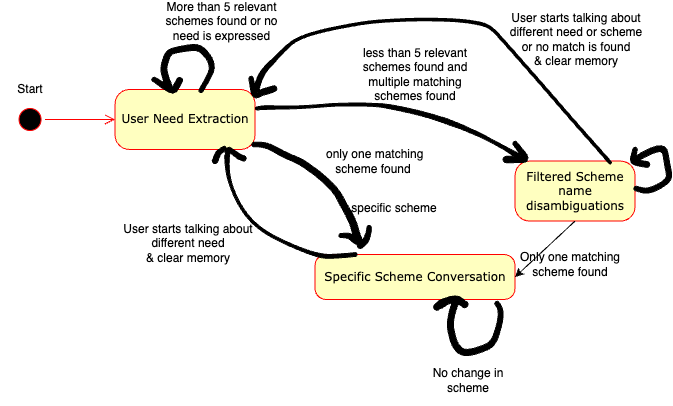
This is images/state_diagram.png from OpenNyAI/schemes_chatbot_deprecated, a draw.io export, as it was before one commit. Source tidied: cells renumbered, new cells last; positions are measured from the earlier drawing's top-left corner, leaving out a move shared by most shapes. The source it was exported from:
```xml
<mxGraphModel>
  <root>
    <mxCell id="0" />
    <mxCell id="1" parent="0" />
    <mxCell id="2" style="ellipse;html=1;shape=startState;fillColor=#000000;strokeColor=#ff0000;rounded=1;shadow=0;comic=0;labelBackgroundColor=none;fontFamily=Verdana;fontSize=12;fontColor=#000000;align=center;direction=south;" parent="1" vertex="1">
      <mxGeometry x="14.5" y="95" width="30" height="30" as="geometry" />
    </mxCell>
    <mxCell id="3" value="User Need Extraction" style="rounded=1;whiteSpace=wrap;html=1;arcSize=24;fillColor=#ffffc0;strokeColor=#ff0000;shadow=0;comic=0;labelBackgroundColor=none;fontFamily=Verdana;fontSize=12;fontColor=#000000;align=center;" parent="1" vertex="1">
      <mxGeometry x="114.6" y="80" width="140" height="60" as="geometry" />
    </mxCell>
    <mxCell id="4" value="Specific Scheme Conversation" style="rounded=1;whiteSpace=wrap;html=1;arcSize=24;fillColor=#ffffc0;strokeColor=#ff0000;shadow=0;comic=0;labelBackgroundColor=none;fontFamily=Verdana;fontSize=12;fontColor=#000000;align=center;" parent="1" vertex="1">
      <mxGeometry x="314.6" y="245" width="200" height="45" as="geometry" />
    </mxCell>
    <mxCell id="5" style="edgeStyle=orthogonalEdgeStyle;html=1;labelBackgroundColor=none;endArrow=open;endSize=8;strokeColor=#ff0000;fontFamily=Verdana;fontSize=12;align=left;" parent="1" edge="1" source="2" target="3">
      <mxGeometry relative="1" as="geometry" />
    </mxCell>
    <mxCell id="6" style="shape=(stored shape, 1364 characters);lineShape=1;" parent="1" vertex="1">
      <mxGeometry x="160.4" y="35.1" width="53.3" height="48" as="geometry" />
    </mxCell>
    <mxCell id="7" style="shape=(stored shape, 840 characters);lineShape=1;" parent="1" vertex="1">
      <mxGeometry x="151.4" y="67.8" width="30.7" height="15.8" as="geometry" />
    </mxCell>
    <mxCell id="8" value="More than 5 relevant schemes found or no need is expressed" style="text;html=1;strokeColor=none;fillColor=none;align=center;verticalAlign=middle;whiteSpace=wrap;rounded=0;" parent="1" vertex="1">
      <mxGeometry x="160.4" width="123.2" height="24.9" as="geometry" />
    </mxCell>
    <mxCell id="9" style="shape=(stored shape, 1872 characters);lineShape=1;" parent="1" vertex="1">
      <mxGeometry x="433.1" y="286.5" width="69.4" height="59.5" as="geometry" />
    </mxCell>
    <mxCell id="10" value="No change in scheme" style="text;html=1;strokeColor=none;fillColor=none;align=center;verticalAlign=middle;whiteSpace=wrap;rounded=0;" parent="1" vertex="1">
      <mxGeometry x="417.9" y="346" width="100" height="50" as="geometry" />
    </mxCell>
    <mxCell id="11" value="Start" style="text;html=1;strokeColor=none;fillColor=none;align=center;verticalAlign=middle;whiteSpace=wrap;rounded=0;" parent="1" vertex="1">
      <mxGeometry x="-0.4" y="65" width="60" height="30" as="geometry" />
    </mxCell>
    <mxCell id="12" style="shape=(stored shape, 1288 characters);lineShape=1;" parent="1" vertex="1">
      <mxGeometry x="224.3" y="139.3" width="132.2" height="109.5" as="geometry" />
    </mxCell>
    <mxCell id="13" style="shape=(stored shape, 756 characters);lineShape=1;" parent="1" vertex="1">
      <mxGeometry x="211.9" y="136.8" width="13.9" height="17.3" as="geometry" />
    </mxCell>
    <mxCell id="14" style="shape=(stored shape, 732 characters);lineShape=1;" parent="1" vertex="1">
      <mxGeometry x="226.4" y="137.8" width="19.3" height="13.8" as="geometry" />
    </mxCell>
    <mxCell id="15" value="User starts talking about different need&lt;br&gt;&amp;amp; clear memory" style="text;html=1;strokeColor=none;fillColor=none;align=center;verticalAlign=middle;whiteSpace=wrap;rounded=0;" parent="1" vertex="1">
      <mxGeometry x="114.6" y="218.8" width="145.9" height="30" as="geometry" />
    </mxCell>
    <mxCell id="16" value="Filtered Scheme name disambiguations" style="rounded=1;whiteSpace=wrap;html=1;arcSize=24;fillColor=#ffffc0;strokeColor=#ff0000;shadow=0;comic=0;labelBackgroundColor=none;fontFamily=Verdana;fontSize=12;fontColor=#000000;align=center;" parent="1" vertex="1">
      <mxGeometry x="514.5" y="151.6" width="120" height="60" as="geometry" />
    </mxCell>
    <mxCell id="17" style="endArrow=classic;html=1;rounded=0;exitX=0.5;exitY=1;exitDx=0;exitDy=0;entryX=1;entryY=0.5;entryDx=0;entryDy=0;" parent="1" edge="1" source="16" target="4">
      <mxGeometry relative="1" as="geometry" />
    </mxCell>
    <mxCell id="18" value="&amp;nbsp;only one matching scheme found" style="text;html=1;strokeColor=none;fillColor=none;align=center;verticalAlign=middle;whiteSpace=wrap;rounded=0;" parent="1" vertex="1">
      <mxGeometry x="306.5" y="136.8" width="133.7" height="30" as="geometry" />
    </mxCell>
    <mxCell id="19" value="Only one matching scheme found" style="text;html=1;strokeColor=none;fillColor=none;align=center;verticalAlign=middle;whiteSpace=wrap;rounded=0;" parent="1" vertex="1">
      <mxGeometry x="514.5" y="240" width="110" height="30" as="geometry" />
    </mxCell>
    <mxCell id="20" style="shape=(stored shape, 1212 characters);lineShape=1;" parent="1" vertex="1">
      <mxGeometry x="630.6" y="136.3" width="40.5" height="47.3" as="geometry" />
    </mxCell>
    <mxCell id="21" style="shape=(stored shape, 788 characters);lineShape=1;" parent="1" vertex="1">
      <mxGeometry x="630" y="137.9" width="19.3" height="19.9" as="geometry" />
    </mxCell>
    <mxCell id="22" style="shape=(stored shape, 1572 characters);lineShape=1;" parent="1" vertex="1">
      <mxGeometry x="251.3" y="132.7" width="109.6" height="99.5" as="geometry" />
    </mxCell>
    <mxCell id="23" style="shape=(stored shape, 744 characters);lineShape=1;" parent="1" vertex="1">
      <mxGeometry x="338.5" y="223.6" width="20.7" height="11.2" as="geometry" />
    </mxCell>
    <mxCell id="24" style="shape=(stored shape, 764 characters);lineShape=1;" parent="1" vertex="1">
      <mxGeometry x="356.8" y="215.9" width="13.9" height="23.1" as="geometry" />
    </mxCell>
    <mxCell id="25" value="User starts talking about different need or scheme or no match is found&lt;br&gt;&amp;amp; clear memory" style="text;html=1;strokeColor=none;fillColor=none;align=center;verticalAlign=middle;whiteSpace=wrap;rounded=0;" parent="1" vertex="1">
      <mxGeometry x="503.4" y="15.1" width="145.9" height="30" as="geometry" />
    </mxCell>
    <mxCell id="26" style="shape=(stored shape, 1940 characters);lineShape=1;" parent="1" vertex="1">
      <mxGeometry x="255" y="93.5" width="268.2" height="58.4" as="geometry" />
    </mxCell>
    <mxCell id="27" style="shape=(stored shape, 852 characters);lineShape=1;" parent="1" vertex="1">
      <mxGeometry x="502.6" y="131.8" width="24.8" height="21.4" as="geometry" />
    </mxCell>
    <mxCell id="28" value="specific scheme" style="text;html=1;strokeColor=none;fillColor=none;align=center;verticalAlign=middle;whiteSpace=wrap;rounded=0;" parent="1" vertex="1">
      <mxGeometry x="338.5" y="183.6" width="110" height="30" as="geometry" />
    </mxCell>
    <mxCell id="29" value="less than 5 relevant schemes found and multiple matching schemes found" style="text;html=1;strokeColor=none;fillColor=none;align=center;verticalAlign=middle;whiteSpace=wrap;rounded=0;" parent="1" vertex="1">
      <mxGeometry x="347.7" y="50" width="133.7" height="30" as="geometry" />
    </mxCell>
    <mxCell id="30" style="shape=(stored shape, 1712 characters);lineShape=1;" parent="1" vertex="1">
      <mxGeometry x="251" y="8.8" width="359.9" height="145.6" as="geometry" />
    </mxCell>
    <mxCell id="31" style="shape=(stored shape, 876 characters);lineShape=1;" parent="1" vertex="1">
      <mxGeometry x="248.3" y="66.8" width="28" height="21.6" as="geometry" />
    </mxCell>
  </root>
</mxGraphModel>
```
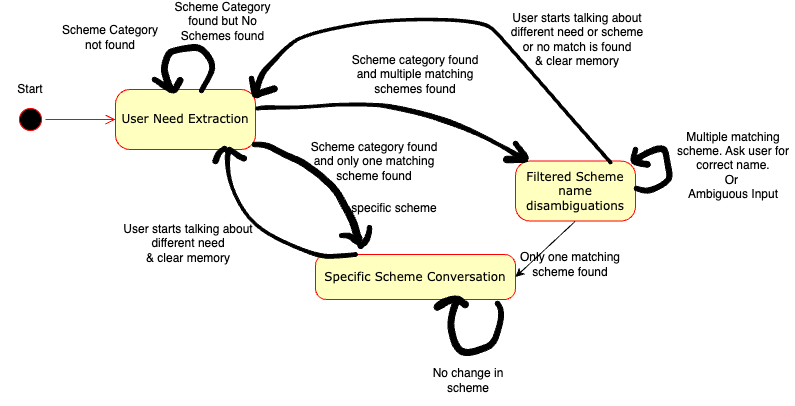
Later version of the same file.

Commit message:
updated state diagram

The edit, as a diff of the source:
```diff
@@ -3,94 +3,100 @@
     <mxCell id="0" />
     <mxCell id="1" parent="0" />
     <mxCell id="2" style="ellipse;html=1;shape=startState;fillColor=#000000;strokeColor=#ff0000;rounded=1;shadow=0;comic=0;labelBackgroundColor=none;fontFamily=Verdana;fontSize=12;fontColor=#000000;align=center;direction=south;" parent="1" vertex="1">
-      <mxGeometry x="14.5" y="95" width="30" height="30" as="geometry" />
+      <mxGeometry x="22" y="-495" width="30" height="30" as="geometry" />
     </mxCell>
     <mxCell id="3" value="User Need Extraction" style="rounded=1;whiteSpace=wrap;html=1;arcSize=24;fillColor=#ffffc0;strokeColor=#ff0000;shadow=0;comic=0;labelBackgroundColor=none;fontFamily=Verdana;fontSize=12;fontColor=#000000;align=center;" parent="1" vertex="1">
-      <mxGeometry x="114.6" y="80" width="140" height="60" as="geometry" />
+      <mxGeometry x="122" y="-510" width="140" height="60" as="geometry" />
     </mxCell>
     <mxCell id="4" value="Specific Scheme Conversation" style="rounded=1;whiteSpace=wrap;html=1;arcSize=24;fillColor=#ffffc0;strokeColor=#ff0000;shadow=0;comic=0;labelBackgroundColor=none;fontFamily=Verdana;fontSize=12;fontColor=#000000;align=center;" parent="1" vertex="1">
-      <mxGeometry x="314.6" y="245" width="200" height="45" as="geometry" />
+      <mxGeometry x="322" y="-345" width="200" height="45" as="geometry" />
     </mxCell>
     <mxCell id="5" style="edgeStyle=orthogonalEdgeStyle;html=1;labelBackgroundColor=none;endArrow=open;endSize=8;strokeColor=#ff0000;fontFamily=Verdana;fontSize=12;align=left;" parent="1" edge="1" source="2" target="3">
       <mxGeometry relative="1" as="geometry" />
     </mxCell>
     <mxCell id="6" style="shape=(stored shape, 1364 characters);lineShape=1;" parent="1" vertex="1">
-      <mxGeometry x="160.4" y="35.1" width="53.3" height="48" as="geometry" />
+      <mxGeometry x="167.8" y="-554.9" width="53.3" height="48" as="geometry" />
     </mxCell>
     <mxCell id="7" style="shape=(stored shape, 840 characters);lineShape=1;" parent="1" vertex="1">
-      <mxGeometry x="151.4" y="67.8" width="30.7" height="15.8" as="geometry" />
+      <mxGeometry x="158.8" y="-522.2" width="30.7" height="15.8" as="geometry" />
     </mxCell>
-    <mxCell id="8" value="More than 5 relevant schemes found or no need is expressed" style="text;html=1;strokeColor=none;fillColor=none;align=center;verticalAlign=middle;whiteSpace=wrap;rounded=0;" parent="1" vertex="1">
-      <mxGeometry x="160.4" width="123.2" height="24.9" as="geometry" />
+    <mxCell id="8" value="Scheme Category not found" style="text;html=1;strokeColor=none;fillColor=none;align=center;verticalAlign=middle;whiteSpace=wrap;rounded=0;" parent="1" vertex="1">
+      <mxGeometry x="67" y="-574.9" width="100" height="24.9" as="geometry" />
     </mxCell>
-    <mxCell id="9" style="shape=(stored shape, 1872 characters);lineShape=1;" parent="1" vertex="1">
-      <mxGeometry x="433.1" y="286.5" width="69.4" height="59.5" as="geometry" />
+    <mxCell id="9" value="Scheme Category &lt;br&gt;found but No Schemes found" style="text;html=1;strokeColor=none;fillColor=none;align=center;verticalAlign=middle;whiteSpace=wrap;rounded=0;" parent="1" vertex="1">
+      <mxGeometry x="167.9" y="-590" width="123.2" height="24.9" as="geometry" />
     </mxCell>
-    <mxCell id="10" value="No change in scheme" style="text;html=1;strokeColor=none;fillColor=none;align=center;verticalAlign=middle;whiteSpace=wrap;rounded=0;" parent="1" vertex="1">
-      <mxGeometry x="417.9" y="346" width="100" height="50" as="geometry" />
+    <mxCell id="10" style="shape=(stored shape, 1872 characters);lineShape=1;" parent="1" vertex="1">
+      <mxGeometry x="440.6" y="-303.5" width="69.4" height="59.5" as="geometry" />
     </mxCell>
-    <mxCell id="11" value="Start" style="text;html=1;strokeColor=none;fillColor=none;align=center;verticalAlign=middle;whiteSpace=wrap;rounded=0;" parent="1" vertex="1">
-      <mxGeometry x="-0.4" y="65" width="60" height="30" as="geometry" />
+    <mxCell id="11" value="No change in scheme" style="text;html=1;strokeColor=none;fillColor=none;align=center;verticalAlign=middle;whiteSpace=wrap;rounded=0;" parent="1" vertex="1">
+      <mxGeometry x="425.3" y="-244" width="100" height="50" as="geometry" />
     </mxCell>
-    <mxCell id="12" style="shape=(stored shape, 1288 characters);lineShape=1;" parent="1" vertex="1">
-      <mxGeometry x="224.3" y="139.3" width="132.2" height="109.5" as="geometry" />
+    <mxCell id="12" value="Start" style="text;html=1;strokeColor=none;fillColor=none;align=center;verticalAlign=middle;whiteSpace=wrap;rounded=0;" parent="1" vertex="1">
+      <mxGeometry x="7" y="-525" width="60" height="30" as="geometry" />
     </mxCell>
-    <mxCell id="13" style="shape=(stored shape, 756 characters);lineShape=1;" parent="1" vertex="1">
-      <mxGeometry x="211.9" y="136.8" width="13.9" height="17.3" as="geometry" />
+    <mxCell id="13" style="shape=(stored shape, 1288 characters);lineShape=1;" parent="1" vertex="1">
+      <mxGeometry x="231.7" y="-450.7" width="132.2" height="109.5" as="geometry" />
     </mxCell>
-    <mxCell id="14" style="shape=(stored shape, 732 characters);lineShape=1;" parent="1" vertex="1">
-      <mxGeometry x="226.4" y="137.8" width="19.3" height="13.8" as="geometry" />
+    <mxCell id="14" style="shape=(stored shape, 756 characters);lineShape=1;" parent="1" vertex="1">
+      <mxGeometry x="219.3" y="-453.2" width="13.9" height="17.3" as="geometry" />
     </mxCell>
-    <mxCell id="15" value="User starts talking about different need&lt;br&gt;&amp;amp; clear memory" style="text;html=1;strokeColor=none;fillColor=none;align=center;verticalAlign=middle;whiteSpace=wrap;rounded=0;" parent="1" vertex="1">
-      <mxGeometry x="114.6" y="218.8" width="145.9" height="30" as="geometry" />
+    <mxCell id="15" style="shape=(stored shape, 732 characters);lineShape=1;" parent="1" vertex="1">
+      <mxGeometry x="233.8" y="-452.2" width="19.3" height="13.8" as="geometry" />
     </mxCell>
-    <mxCell id="16" value="Filtered Scheme name disambiguations" style="rounded=1;whiteSpace=wrap;html=1;arcSize=24;fillColor=#ffffc0;strokeColor=#ff0000;shadow=0;comic=0;labelBackgroundColor=none;fontFamily=Verdana;fontSize=12;fontColor=#000000;align=center;" parent="1" vertex="1">
-      <mxGeometry x="514.5" y="151.6" width="120" height="60" as="geometry" />
+    <mxCell id="16" value="User starts talking about different need&lt;br&gt;&amp;amp; clear memory" style="text;html=1;strokeColor=none;fillColor=none;align=center;verticalAlign=middle;whiteSpace=wrap;rounded=0;" parent="1" vertex="1">
+      <mxGeometry x="122" y="-371.2" width="145.9" height="30" as="geometry" />
     </mxCell>
-    <mxCell id="17" style="endArrow=classic;html=1;rounded=0;exitX=0.5;exitY=1;exitDx=0;exitDy=0;entryX=1;entryY=0.5;entryDx=0;entryDy=0;" parent="1" edge="1" source="16" target="4">
-      <mxGeometry relative="1" as="geometry" />
+    <mxCell id="17" value="Filtered Scheme name disambiguations" style="rounded=1;whiteSpace=wrap;html=1;arcSize=24;fillColor=#ffffc0;strokeColor=#ff0000;shadow=0;comic=0;labelBackgroundColor=none;fontFamily=Verdana;fontSize=12;fontColor=#000000;align=center;" parent="1" vertex="1">
+      <mxGeometry x="522" y="-438.4" width="120" height="60" as="geometry" />
     </mxCell>
-    <mxCell id="18" value="&amp;nbsp;only one matching scheme found" style="text;html=1;strokeColor=none;fillColor=none;align=center;verticalAlign=middle;whiteSpace=wrap;rounded=0;" parent="1" vertex="1">
-      <mxGeometry x="306.5" y="136.8" width="133.7" height="30" as="geometry" />
+    <mxCell id="18" style="endArrow=classic;html=1;rounded=0;exitX=0.5;exitY=1;exitDx=0;exitDy=0;entryX=1;entryY=0.5;entryDx=0;entryDy=0;" parent="1" edge="1" source="17" target="4">
+      <mxGeometry relative="1" as="geometry" />
     </mxCell>
-    <mxCell id="19" value="Only one matching scheme found" style="text;html=1;strokeColor=none;fillColor=none;align=center;verticalAlign=middle;whiteSpace=wrap;rounded=0;" parent="1" vertex="1">
-      <mxGeometry x="514.5" y="240" width="110" height="30" as="geometry" />
+    <mxCell id="19" value="Scheme category found and only one matching scheme found" style="text;html=1;strokeColor=none;fillColor=none;align=center;verticalAlign=middle;whiteSpace=wrap;rounded=0;" parent="1" vertex="1">
+      <mxGeometry x="313.9" y="-453.2" width="133.7" height="30" as="geometry" />
     </mxCell>
-    <mxCell id="20" style="shape=(stored shape, 1212 characters);lineShape=1;" parent="1" vertex="1">
-      <mxGeometry x="630.6" y="136.3" width="40.5" height="47.3" as="geometry" />
+    <mxCell id="20" value="Only one matching scheme found" style="text;html=1;strokeColor=none;fillColor=none;align=center;verticalAlign=middle;whiteSpace=wrap;rounded=0;" parent="1" vertex="1">
+      <mxGeometry x="522" y="-350" width="110" height="30" as="geometry" />
     </mxCell>
-    <mxCell id="21" style="shape=(stored shape, 788 characters);lineShape=1;" parent="1" vertex="1">
-      <mxGeometry x="630" y="137.9" width="19.3" height="19.9" as="geometry" />
+    <mxCell id="21" style="shape=(stored shape, 1212 characters);lineShape=1;" parent="1" vertex="1">
+      <mxGeometry x="638.1" y="-453.7" width="40.5" height="47.3" as="geometry" />
     </mxCell>
-    <mxCell id="22" style="shape=(stored shape, 1572 characters);lineShape=1;" parent="1" vertex="1">
-      <mxGeometry x="251.3" y="132.7" width="109.6" height="99.5" as="geometry" />
+    <mxCell id="22" style="shape=(stored shape, 788 characters);lineShape=1;" parent="1" vertex="1">
+      <mxGeometry x="637.4" y="-452.1" width="19.3" height="19.9" as="geometry" />
     </mxCell>
-    <mxCell id="23" style="shape=(stored shape, 744 characters);lineShape=1;" parent="1" vertex="1">
-      <mxGeometry x="338.5" y="223.6" width="20.7" height="11.2" as="geometry" />
+    <mxCell id="23" value="Multiple matching scheme. Ask user for correct name.&lt;br&gt;Or&amp;nbsp;&lt;br style=&quot;border-color: var(--border-color);&quot;&gt;Ambiguous Input" style="text;html=1;strokeColor=none;fillColor=none;align=center;verticalAlign=middle;whiteSpace=wrap;rounded=0;" parent="1" vertex="1">
+      <mxGeometry x="678.6" y="-457.2" width="122.4" height="47.2" as="geometry" />
     </mxCell>
-    <mxCell id="24" style="shape=(stored shape, 764 characters);lineShape=1;" parent="1" vertex="1">
-      <mxGeometry x="356.8" y="215.9" width="13.9" height="23.1" as="geometry" />
+    <mxCell id="24" style="shape=(stored shape, 1572 characters);lineShape=1;" parent="1" vertex="1">
+      <mxGeometry x="258.8" y="-457.3" width="109.6" height="99.5" as="geometry" />
     </mxCell>
-    <mxCell id="25" value="User starts talking about different need or scheme or no match is found&lt;br&gt;&amp;amp; clear memory" style="text;html=1;strokeColor=none;fillColor=none;align=center;verticalAlign=middle;whiteSpace=wrap;rounded=0;" parent="1" vertex="1">
-      <mxGeometry x="503.4" y="15.1" width="145.9" height="30" as="geometry" />
+    <mxCell id="25" style="shape=(stored shape, 744 characters);lineShape=1;" parent="1" vertex="1">
+      <mxGeometry x="346" y="-366.4" width="20.7" height="11.2" as="geometry" />
     </mxCell>
-    <mxCell id="26" style="shape=(stored shape, 1940 characters);lineShape=1;" parent="1" vertex="1">
-      <mxGeometry x="255" y="93.5" width="268.2" height="58.4" as="geometry" />
+    <mxCell id="26" style="shape=(stored shape, 764 characters);lineShape=1;" parent="1" vertex="1">
+      <mxGeometry x="364.3" y="-374.1" width="13.9" height="23.1" as="geometry" />
     </mxCell>
-    <mxCell id="27" style="shape=(stored shape, 852 characters);lineShape=1;" parent="1" vertex="1">
-      <mxGeometry x="502.6" y="131.8" width="24.8" height="21.4" as="geometry" />
+    <mxCell id="27" value="User starts talking about different need or scheme or no match is found&lt;br&gt;&amp;amp; clear memory" style="text;html=1;strokeColor=none;fillColor=none;align=center;verticalAlign=middle;whiteSpace=wrap;rounded=0;" parent="1" vertex="1">
+      <mxGeometry x="510.8" y="-574.9" width="145.9" height="30" as="geometry" />
     </mxCell>
-    <mxCell id="28" value="specific scheme" style="text;html=1;strokeColor=none;fillColor=none;align=center;verticalAlign=middle;whiteSpace=wrap;rounded=0;" parent="1" vertex="1">
-      <mxGeometry x="338.5" y="183.6" width="110" height="30" as="geometry" />
+    <mxCell id="28" style="shape=(stored shape, 1940 characters);lineShape=1;" parent="1" vertex="1">
+      <mxGeometry x="262.4" y="-496.5" width="268.2" height="58.4" as="geometry" />
     </mxCell>
-    <mxCell id="29" value="less than 5 relevant schemes found and multiple matching schemes found" style="text;html=1;strokeColor=none;fillColor=none;align=center;verticalAlign=middle;whiteSpace=wrap;rounded=0;" parent="1" vertex="1">
-      <mxGeometry x="347.7" y="50" width="133.7" height="30" as="geometry" />
+    <mxCell id="29" style="shape=(stored shape, 852 characters);lineShape=1;" parent="1" vertex="1">
+      <mxGeometry x="510" y="-458.2" width="24.8" height="21.4" as="geometry" />
     </mxCell>
-    <mxCell id="30" style="shape=(stored shape, 1712 characters);lineShape=1;" parent="1" vertex="1">
-      <mxGeometry x="251" y="8.8" width="359.9" height="145.6" as="geometry" />
+    <mxCell id="30" value="specific scheme" style="text;html=1;strokeColor=none;fillColor=none;align=center;verticalAlign=middle;whiteSpace=wrap;rounded=0;" parent="1" vertex="1">
+      <mxGeometry x="346" y="-406.4" width="110" height="30" as="geometry" />
     </mxCell>
-    <mxCell id="31" style="shape=(stored shape, 876 characters);lineShape=1;" parent="1" vertex="1">
-      <mxGeometry x="248.3" y="66.8" width="28" height="21.6" as="geometry" />
+    <mxCell id="31" value="Scheme category found and multiple matching schemes found" style="text;html=1;strokeColor=none;fillColor=none;align=center;verticalAlign=middle;whiteSpace=wrap;rounded=0;" parent="1" vertex="1">
+      <mxGeometry x="355.2" y="-540" width="133.7" height="30" as="geometry" />
     </mxCell>
+    <mxCell id="32" style="shape=(stored shape, 1712 characters);lineShape=1;" parent="1" vertex="1">
+      <mxGeometry x="258.5" y="-581.2" width="359.9" height="145.6" as="geometry" />
+    </mxCell>
+    <mxCell id="33" style="shape=(stored shape, 876 characters);lineShape=1;" parent="1" vertex="1">
+      <mxGeometry x="255.8" y="-523.2" width="28" height="21.6" as="geometry" />
+    </mxCell>
   </root>
 </mxGraphModel>
```
